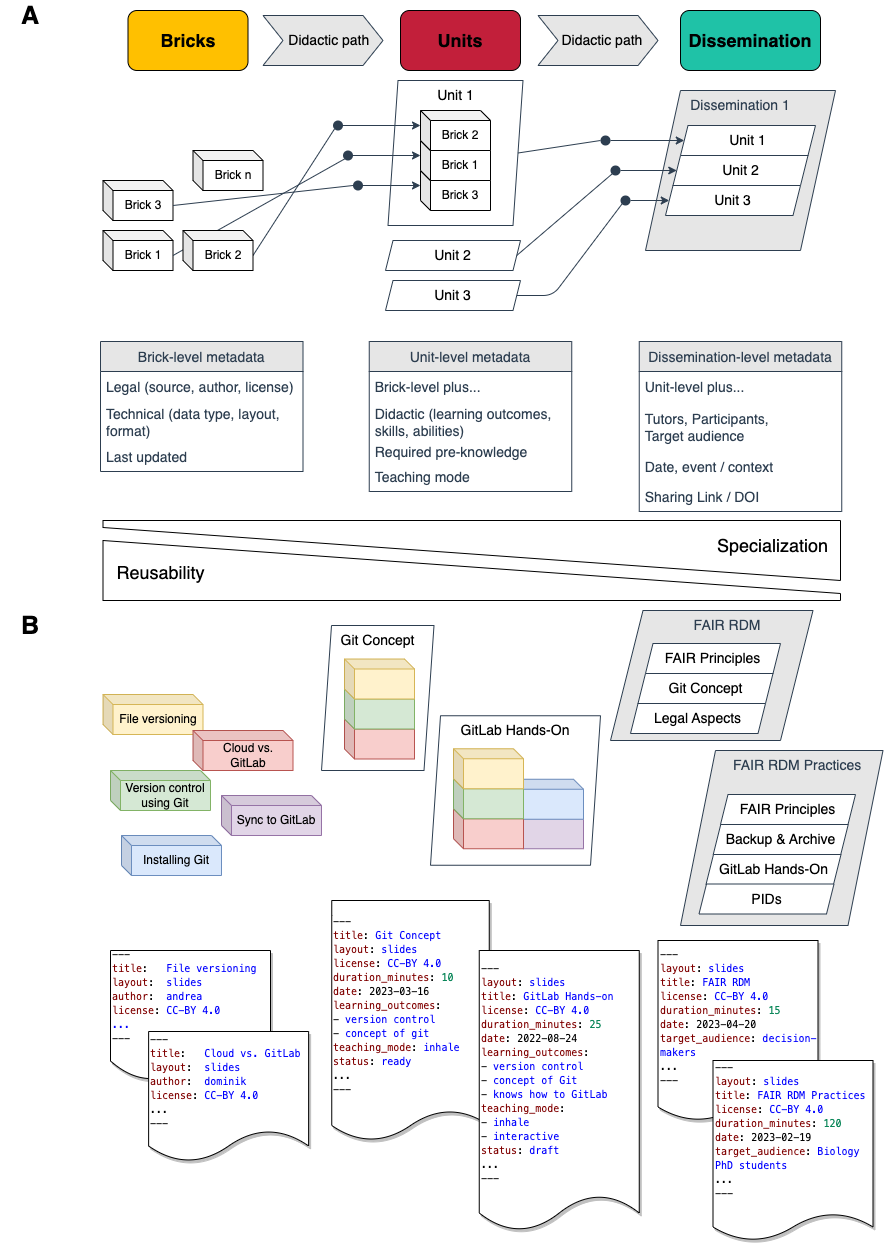
nfdi4plants/teaching-materials-concept keeps this draw.io diagram as images/teaching_modular_corr.drawio.png. Above is the earlier version. Source tidied: cells renumbered, new cells last; positions are measured from the earlier drawing's top-left corner, leaving out a move shared by most shapes.
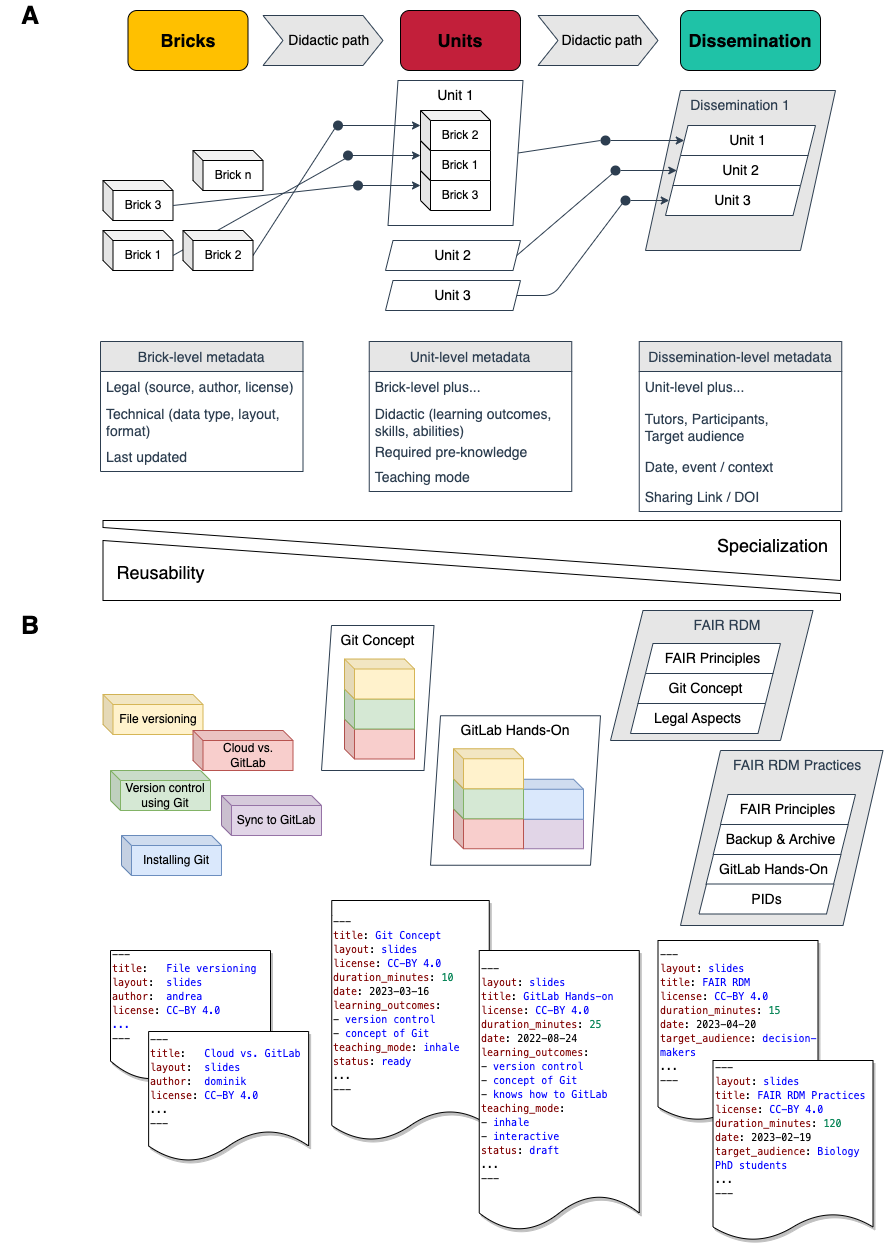
Later version of the same file.

The edit, as a diff of the source:
```diff
@@ -202,7 +202,7 @@
     <mxCell id="65" value="&lt;div style=&quot;border-color: var(--border-color); font-family: Menlo, Monaco, &amp;quot;Courier New&amp;quot;, monospace; font-size: 10px; line-height: 14px;&quot;&gt;&lt;div style=&quot;border-color: var(--border-color); line-height: 14px;&quot;&gt;---&lt;span style=&quot;border-color: var(--border-color); color: rgb(128, 0, 0);&quot;&gt;&lt;br style=&quot;border-color: var(--border-color);&quot;&gt;&lt;/span&gt;&lt;/div&gt;&lt;div style=&quot;border-color: var(--border-color); line-height: 14px;&quot;&gt;&lt;span style=&quot;border-color: var(--border-color); color: rgb(128, 0, 0);&quot;&gt;title&lt;/span&gt;:&lt;span style=&quot;border-color: var(--border-color);&quot;&gt;&amp;nbsp;&lt;/span&gt;&amp;nbsp;&amp;nbsp;&lt;span style=&quot;border-color: var(--border-color); color: rgb(0, 0, 255);&quot;&gt;Cloud vs. GitLab&lt;/span&gt;&lt;/div&gt;&lt;div style=&quot;border-color: var(--border-color); line-height: 14px;&quot;&gt;&lt;span style=&quot;border-color: var(--border-color); color: rgb(128, 0, 0);&quot;&gt;layout&lt;/span&gt;:&amp;nbsp;&amp;nbsp;&lt;span style=&quot;border-color: var(--border-color); color: rgb(0, 0, 255);&quot;&gt;slides&lt;/span&gt;&lt;/div&gt;&lt;div style=&quot;border-color: var(--border-color); line-height: 14px;&quot;&gt;&lt;span style=&quot;border-color: var(--border-color); color: rgb(128, 0, 0);&quot;&gt;author&lt;/span&gt;:&amp;nbsp;&amp;nbsp;&lt;span style=&quot;border-color: var(--border-color); color: rgb(0, 0, 255);&quot;&gt;dominik&lt;/span&gt;&lt;/div&gt;&lt;div style=&quot;border-color: var(--border-color); line-height: 14px;&quot;&gt;&lt;font style=&quot;border-color: var(--border-color);&quot; color=&quot;#800000&quot;&gt;license&lt;/font&gt;:&amp;nbsp;&lt;span style=&quot;border-color: var(--border-color); color: rgb(0, 0, 255);&quot;&gt;CC-BY 4.0&lt;/span&gt;&lt;/div&gt;&lt;div style=&quot;border-color: var(--border-color); line-height: 14px;&quot;&gt;...&lt;/div&gt;&lt;div style=&quot;border-color: var(--border-color); line-height: 14px;&quot;&gt;---&lt;/div&gt;&lt;/div&gt;" style="shape=document;whiteSpace=wrap;html=1;boundedLbl=1;shadow=1;align=left;size=0.23846153846153847;" parent="1" vertex="1">
       <mxGeometry x="148.1" y="1031" width="160" height="130" as="geometry" />
     </mxCell>
-    <mxCell id="66" value="&lt;div style=&quot;border-color: var(--border-color); font-family: Menlo, Monaco, &amp;quot;Courier New&amp;quot;, monospace; font-size: 10px; line-height: 14px;&quot;&gt;&lt;div style=&quot;border-color: var(--border-color); line-height: 14px;&quot;&gt;&lt;div style=&quot;background-color: rgb(255, 255, 255); line-height: 140%;&quot;&gt;&lt;div style=&quot;line-height: 140%;&quot;&gt;---&lt;/div&gt;&lt;div style=&quot;line-height: 140%;&quot;&gt;&lt;span style=&quot;color: rgb(128, 0, 0);&quot;&gt;title&lt;/span&gt;: &lt;span style=&quot;color: rgb(0, 0, 255);&quot;&gt;Git Concept&lt;/span&gt;&lt;br&gt;&lt;/div&gt;&lt;div style=&quot;line-height: 140%;&quot;&gt;&lt;span style=&quot;border-color: var(--border-color); color: rgb(128, 0, 0);&quot;&gt;layout&lt;/span&gt;:&amp;nbsp;&lt;span style=&quot;border-color: var(--border-color); color: rgb(0, 0, 255);&quot;&gt;slides&lt;/span&gt;&lt;span style=&quot;color: #0000ff;&quot;&gt;&lt;br&gt;&lt;/span&gt;&lt;/div&gt;&lt;div style=&quot;line-height: 140%;&quot;&gt;&lt;span style=&quot;color: #800000;&quot;&gt;license&lt;/span&gt;: &lt;span style=&quot;color: #0000ff;&quot;&gt;CC-BY 4.0&lt;/span&gt;&lt;/div&gt;&lt;div style=&quot;line-height: 140%;&quot;&gt;&lt;span style=&quot;color: #800000;&quot;&gt;duration_minutes&lt;/span&gt;: &lt;span style=&quot;color: #098658;&quot;&gt;10&lt;/span&gt;&lt;/div&gt;&lt;div style=&quot;line-height: 140%;&quot;&gt;&lt;span style=&quot;color: #800000;&quot;&gt;date&lt;/span&gt;: 2023-03-16&lt;/div&gt;&lt;div style=&quot;line-height: 140%;&quot;&gt;&lt;span style=&quot;color: #800000;&quot;&gt;learning_outcomes&lt;/span&gt;:&lt;/div&gt;&lt;div style=&quot;line-height: 140%;&quot;&gt;  - &lt;span style=&quot;color: #0000ff;&quot;&gt;version control&lt;/span&gt;&lt;/div&gt;&lt;div style=&quot;line-height: 140%;&quot;&gt;  - &lt;span style=&quot;color: #0000ff;&quot;&gt;concept of git&lt;/span&gt;&lt;/div&gt;&lt;div style=&quot;line-height: 140%;&quot;&gt;&lt;span style=&quot;color: #800000;&quot;&gt;teaching_mode&lt;/span&gt;: &lt;span style=&quot;color: #0000ff;&quot;&gt;inhale&lt;/span&gt;&lt;/div&gt;&lt;div style=&quot;line-height: 140%;&quot;&gt;&lt;span style=&quot;color: #800000;&quot;&gt;status&lt;/span&gt;: &lt;span style=&quot;color: #0000ff;&quot;&gt;ready&lt;/span&gt;&lt;/div&gt;&lt;div style=&quot;line-height: 140%;&quot;&gt;...&lt;/div&gt;&lt;div style=&quot;line-height: 140%;&quot;&gt;---&lt;/div&gt;&lt;/div&gt;&lt;/div&gt;&lt;/div&gt;" style="shape=document;whiteSpace=wrap;html=1;boundedLbl=1;shadow=1;size=0.125;align=left;" parent="1" vertex="1">
+    <mxCell id="66" value="&lt;div style=&quot;border-color: var(--border-color); font-family: Menlo, Monaco, &amp;quot;Courier New&amp;quot;, monospace; font-size: 10px; line-height: 14px;&quot;&gt;&lt;div style=&quot;border-color: var(--border-color); line-height: 14px;&quot;&gt;&lt;div style=&quot;background-color: rgb(255, 255, 255); line-height: 140%;&quot;&gt;&lt;div style=&quot;line-height: 140%;&quot;&gt;---&lt;/div&gt;&lt;div style=&quot;line-height: 140%;&quot;&gt;&lt;span style=&quot;color: rgb(128, 0, 0);&quot;&gt;title&lt;/span&gt;: &lt;span style=&quot;color: rgb(0, 0, 255);&quot;&gt;Git Concept&lt;/span&gt;&lt;br&gt;&lt;/div&gt;&lt;div style=&quot;line-height: 140%;&quot;&gt;&lt;span style=&quot;border-color: var(--border-color); color: rgb(128, 0, 0);&quot;&gt;layout&lt;/span&gt;:&amp;nbsp;&lt;span style=&quot;border-color: var(--border-color); color: rgb(0, 0, 255);&quot;&gt;slides&lt;/span&gt;&lt;span style=&quot;color: #0000ff;&quot;&gt;&lt;br&gt;&lt;/span&gt;&lt;/div&gt;&lt;div style=&quot;line-height: 140%;&quot;&gt;&lt;span style=&quot;color: #800000;&quot;&gt;license&lt;/span&gt;: &lt;span style=&quot;color: #0000ff;&quot;&gt;CC-BY 4.0&lt;/span&gt;&lt;/div&gt;&lt;div style=&quot;line-height: 140%;&quot;&gt;&lt;span style=&quot;color: #800000;&quot;&gt;duration_minutes&lt;/span&gt;: &lt;span style=&quot;color: #098658;&quot;&gt;10&lt;/span&gt;&lt;/div&gt;&lt;div style=&quot;line-height: 140%;&quot;&gt;&lt;span style=&quot;color: #800000;&quot;&gt;date&lt;/span&gt;: 2023-03-16&lt;/div&gt;&lt;div style=&quot;line-height: 140%;&quot;&gt;&lt;span style=&quot;color: #800000;&quot;&gt;learning_outcomes&lt;/span&gt;:&lt;/div&gt;&lt;div style=&quot;line-height: 140%;&quot;&gt;  - &lt;span style=&quot;color: #0000ff;&quot;&gt;version control&lt;/span&gt;&lt;/div&gt;&lt;div style=&quot;line-height: 140%;&quot;&gt;  - &lt;span style=&quot;color: #0000ff;&quot;&gt;concept of Git&lt;/span&gt;&lt;/div&gt;&lt;div style=&quot;line-height: 140%;&quot;&gt;&lt;span style=&quot;color: #800000;&quot;&gt;teaching_mode&lt;/span&gt;: &lt;span style=&quot;color: #0000ff;&quot;&gt;inhale&lt;/span&gt;&lt;/div&gt;&lt;div style=&quot;line-height: 140%;&quot;&gt;&lt;span style=&quot;color: #800000;&quot;&gt;status&lt;/span&gt;: &lt;span style=&quot;color: #0000ff;&quot;&gt;ready&lt;/span&gt;&lt;/div&gt;&lt;div style=&quot;line-height: 140%;&quot;&gt;...&lt;/div&gt;&lt;div style=&quot;line-height: 140%;&quot;&gt;---&lt;/div&gt;&lt;/div&gt;&lt;/div&gt;&lt;/div&gt;" style="shape=document;whiteSpace=wrap;html=1;boundedLbl=1;shadow=1;size=0.125;align=left;" parent="1" vertex="1">
       <mxGeometry x="331.2" y="900" width="157.5" height="240" as="geometry" />
     </mxCell>
     <mxCell id="67" value="Installing Git" style="shape=cube;whiteSpace=wrap;html=1;boundedLbl=1;backgroundOutline=1;darkOpacity=0.05;darkOpacity2=0.1;size=10;fillColor=#dae8fc;strokeColor=#6c8ebf;" parent="1" vertex="1">
@@ -253,7 +253,7 @@
     <mxCell id="82" style="group;" parent="1" vertex="1">
       <mxGeometry x="680" y="750" width="202.5" height="175" as="geometry" />
     </mxCell>
-    <mxCell id="83" value="&lt;span style=&quot;white-space: pre;&quot;&gt;&#9;&lt;/span&gt;FAIR RDM Practices" style="shape=parallelogram;perimeter=parallelogramPerimeter;whiteSpace=wrap;html=1;fixedSize=1;fontSize=14;fontColor=#2D3E50;strokeColor=#2D3E50;fillColor=#E6E6E6;size=35;verticalAlign=top;" parent="82" vertex="1">
+    <mxCell id="83" value="&lt;span style=&quot;white-space: pre;&quot;&gt;&#9;&lt;/span&gt;FAIR RDM Practices" style="shape=parallelogram;perimeter=parallelogramPerimeter;whiteSpace=wrap;html=1;fixedSize=1;fontSize=14;fontColor=#2D3E50;strokeColor=#2D3E50;fillColor=#E6E6E6;size=40;verticalAlign=top;" parent="82" vertex="1">
       <mxGeometry width="202.5" height="175" as="geometry" />
     </mxCell>
     <mxCell id="84" value="FAIR Principles" style="shape=parallelogram;perimeter=parallelogramPerimeter;whiteSpace=wrap;html=1;fixedSize=1;fontSize=14;strokeColor=#2D3E50;fillColor=default;verticalAlign=top;size=7.5;" parent="82" vertex="1">
```
